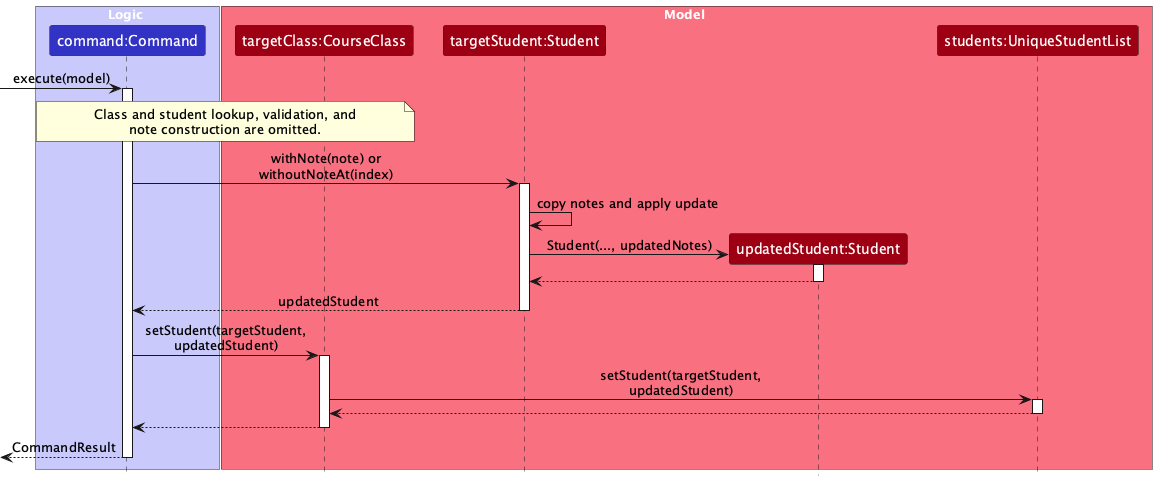
This is docs/images/StudentNoteUpdateSequenceDiagram.png from AY2627S1-CS2103T-F10-2/tp, a PlantUML export, as it was before one commit. The source it was exported from:
```plantuml
@startuml
!include style.puml
skinparam ArrowFontStyle plain

box Logic LOGIC_COLOR_T1
participant "command:Command" as Command LOGIC_COLOR
end box

box Model MODEL_COLOR_T1
participant "targetClass:CourseClass" as CourseClass MODEL_COLOR
participant "targetStudent:Student" as Student MODEL_COLOR
participant "updatedStudent:Student" as UpdatedStudent MODEL_COLOR
participant "students:UniqueStudentList" as UniqueStudentList MODEL_COLOR
end box

[-> Command : execute(model)
activate Command

note over Command, CourseClass
  Class and student lookup, validation, and
  note construction are omitted.
end note

Command -> Student : withNote(note) or\nwithoutNoteAt(index)
activate Student

Student -> Student : copy notes and apply update
create UpdatedStudent
Student -> UpdatedStudent : Student(..., updatedNotes)
activate UpdatedStudent
UpdatedStudent --> Student
deactivate UpdatedStudent
Student --> Command : updatedStudent
deactivate Student

Command -> CourseClass : setStudent(targetStudent,\nupdatedStudent)
activate CourseClass
CourseClass -> UniqueStudentList : setStudent(targetStudent,\nupdatedStudent)
activate UniqueStudentList
UniqueStudentList --> CourseClass
deactivate UniqueStudentList
CourseClass --> Command
deactivate CourseClass

[<-- Command : CommandResult
deactivate Command
@enduml
```
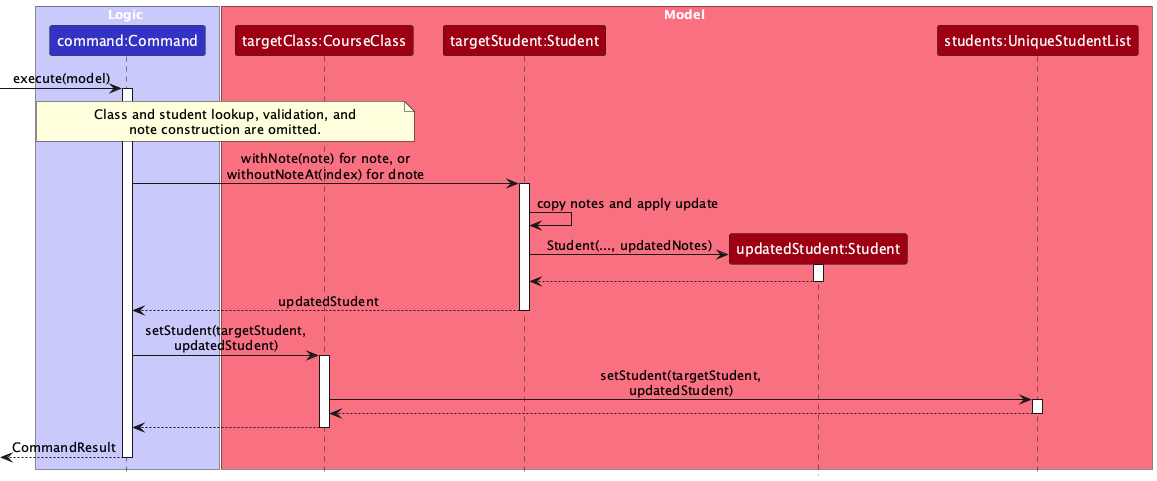
After the change.

Commit message:
Clarify alternative student note updates

Label the command-specific note and dnote operations explicitly so the shared sequence cannot be read as invoking both methods.

The edit, as a diff of the source:
```diff
@@ -21,7 +21,7 @@
   note construction are omitted.
 end note
 
-Command -> Student : withNote(note) or\nwithoutNoteAt(index)
+Command -> Student : withNote(note) for note, or\nwithoutNoteAt(index) for dnote
 activate Student
 
 Student -> Student : copy notes and apply update
```
